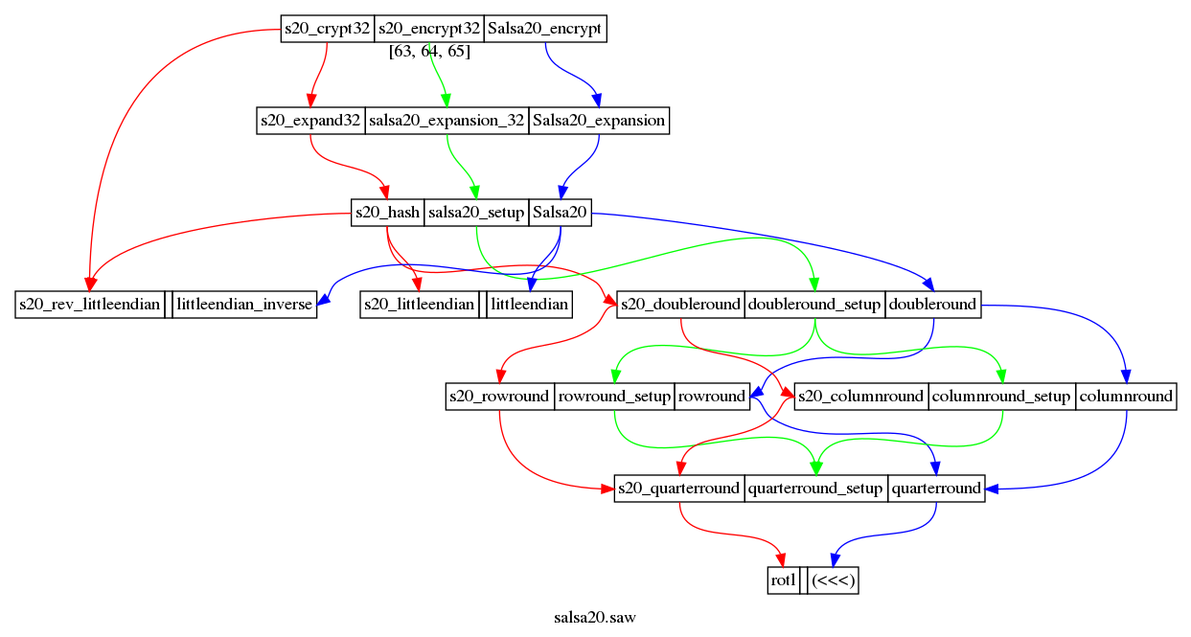
Before: misc/salsa20.saw.png, a diagram exported from Graphviz (weaversa/cryptol-course). Its source is kept beside it as misc/salsa20.saw.dot.
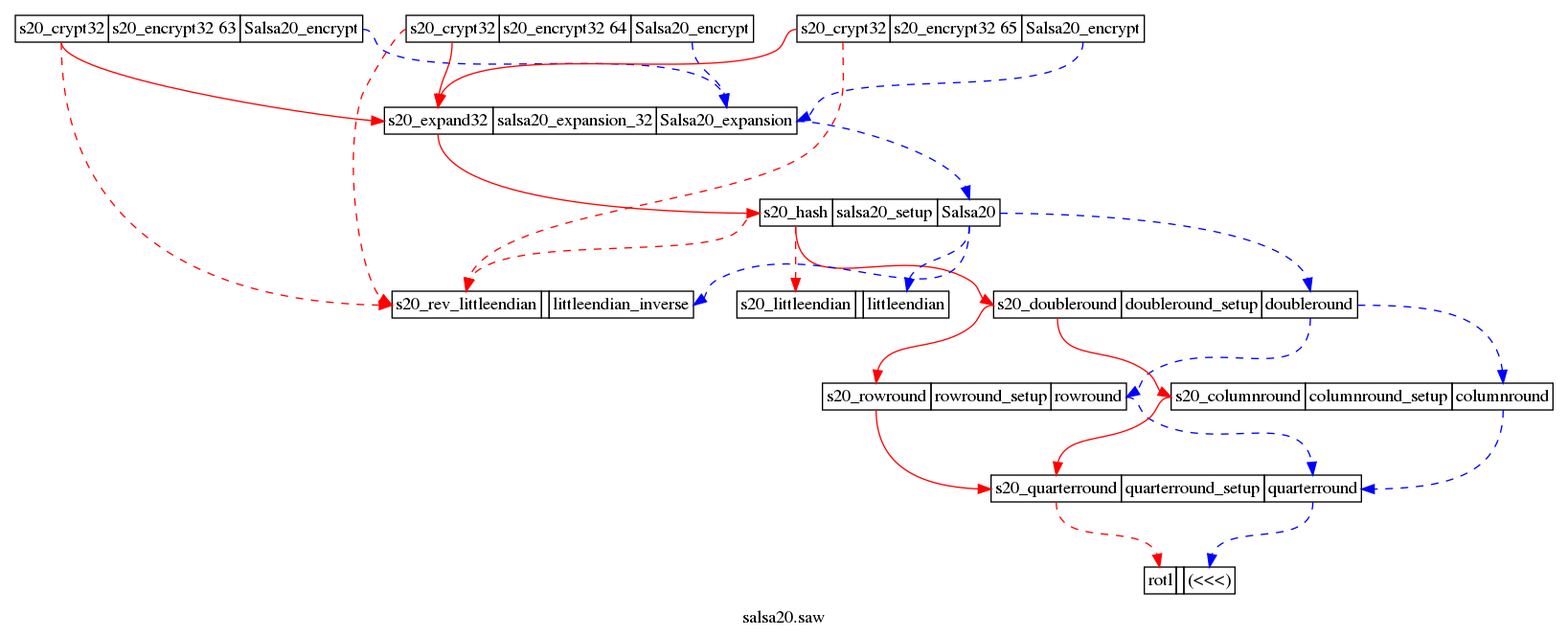
Above is the later version.

Commit message:
Adjusted Salsa20 SAW graph and Markdown

What changed in the source:
```diff
@@ -58,26 +58,44 @@
 	   <td port="c">Salsa20_expansion</td>
 	   </tr></table>>];
 
-	s20enc [label=<<table border="0" cellborder="1" cellspacing="0"><tr>
+	s20enc_63 [label=<<table border="0" cellborder="1" cellspacing="0"><tr>
 	   <td port="i">s20_crypt32</td>
-	   <td port="s">s20_encrypt32</td>
+	   <td port="s">s20_encrypt32 63</td>
 	   <td port="c">Salsa20_encrypt</td>
 	   </tr></table>>];
 
-	edge [color="red"];
-	s20enc:i -> rle:i;
-	s20enc:i -> s20e32:i;
-	s20e32:i -> s20:i;
-	s20:i -> le:i;
-	s20:i -> dr:i;
-	s20:i -> rle:i;
+	s20enc_64 [label=<<table border="0" cellborder="1" cellspacing="0"><tr>
+	   <td port="i">s20_crypt32</td>
+	   <td port="s">s20_encrypt32 64</td>
+	   <td port="c">Salsa20_encrypt</td>
+	   </tr></table>>];
+
+	s20enc_65 [label=<<table border="0" cellborder="1" cellspacing="0"><tr>
+	   <td port="i">s20_crypt32</td>
+	   <td port="s">s20_encrypt32 65</td>
+	   <td port="c">Salsa20_encrypt</td>
+	   </tr></table>>];
+
+	edge [color="red", style="solid"];
+	rr:i -> qr:i;
+	cr:i -> qr:i;
 	dr:i -> cr:i;
 	dr:i -> rr:i;
-	cr:i -> qr:i;
-	rr:i -> qr:i;
+	s20:i -> dr:i;
+	s20e32:i -> s20:i;
+	s20enc_63:i -> s20e32:i;
+	s20enc_64:i -> s20e32:i;
+	s20enc_65:i -> s20e32:i;
+
+	edge [style="dashed"];
 	qr:i -> r:i;
+	s20:i -> le:i;
+	s20:i -> rle:i;
+	s20enc_63:i -> rle:i;
+	s20enc_64:i -> rle:i;
+	s20enc_65:i -> rle:i;
 
-	edge [color="blue"];
+	edge [color="blue", style="dashed"];
 	qr:c -> r:c;
 	rr:c -> qr:c;
 	cr:c -> qr:c;
@@ -87,14 +105,7 @@
 	s20:c -> rle:c;
 	s20:c -> dr:c;
 	s20e32:c -> s20:c;
-	s20enc:c -> s20e32:c;
-
-	edge [color="green"];
-	rr:s -> qr:s;
-	cr:s -> qr:s;
-	dr:s -> cr:s;
-	dr:s -> rr:s;
-	s20:s -> dr:s;
-	s20e32:s -> s20:s;
-	s20enc:s -> s20e32:s [taillabel="[63, 64, 65]"];
+	s20enc_63:c -> s20e32:c;
+	s20enc_64:c -> s20e32:c;
+	s20enc_65:c -> s20e32:c;
 }
```
